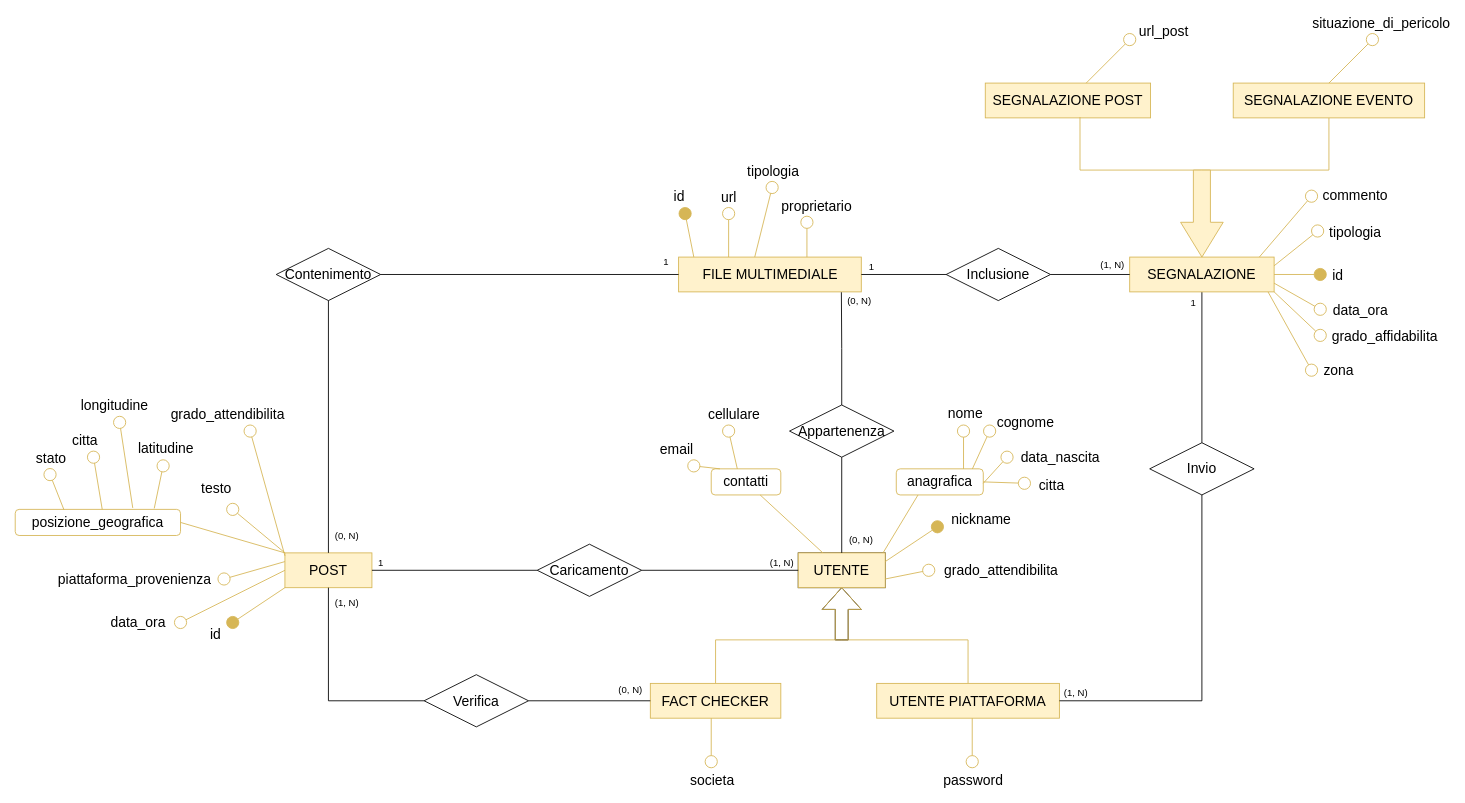
Above: page "Diag. Social network" (6 of 6) of diagramma-er.drawio in faffolao/ProgettoBD2022 (draw.io), before the change. Source tidied: cells renumbered, new cells numbered last; positions are measured from the earlier drawing's top-left corner, leaving out a move shared by most shapes. Both pictures are drawn from the tidied source at 87%, with x=0, y=0 at pixel (15, 39).
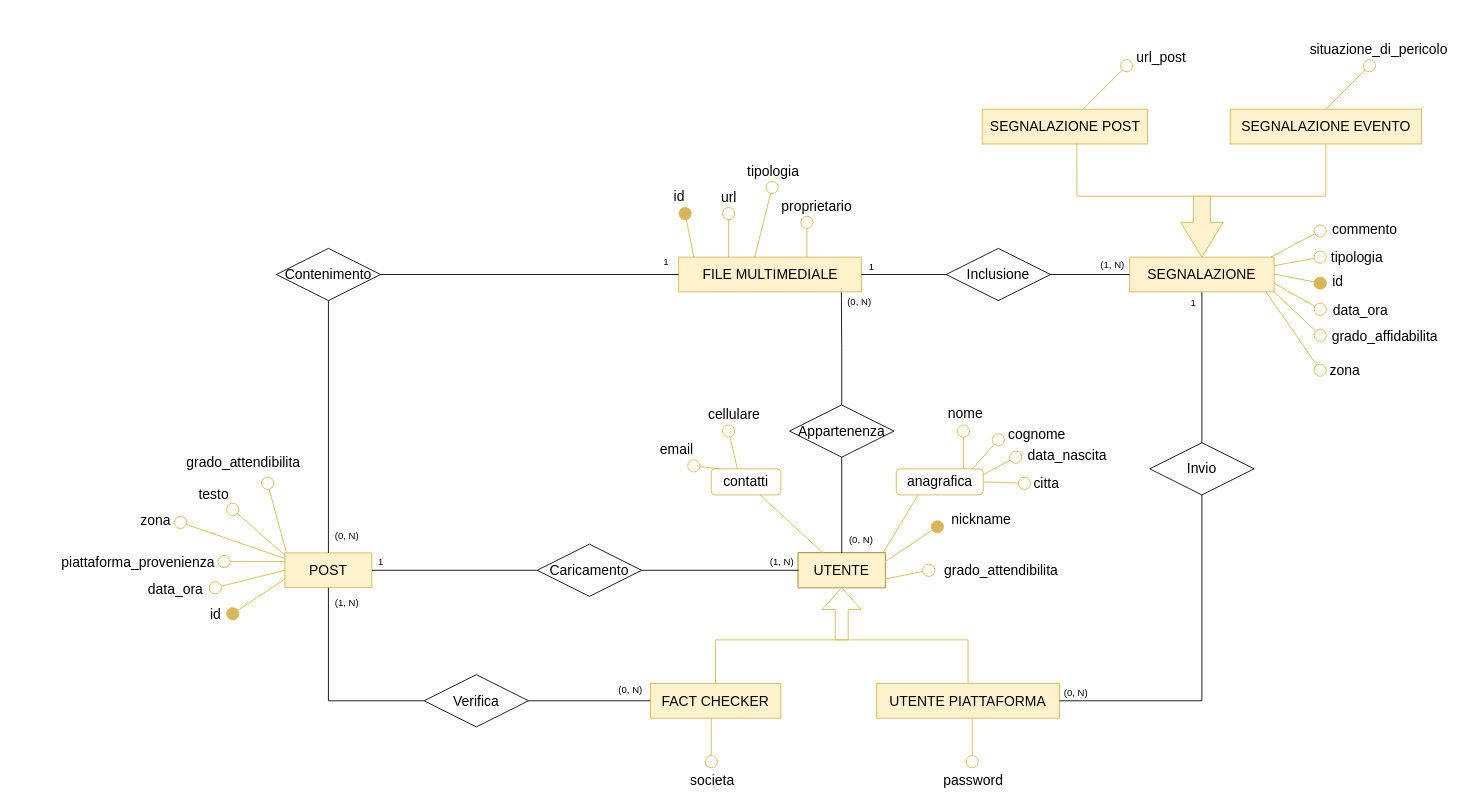
Above is the later version.

The change refers to these unchanged cells:
```xml
<mxCell id="21" style="endArrow=oval;html=1;strokeColor=#d6b656;strokeWidth=1;fontSize=12;startSize=14;endSize=14;endFill=0;exitX=1;exitY=0.5;exitDx=0;exitDy=0;fillColor=#fff2cc;" parent="1" edge="1" source="23">
  <mxGeometry relative="1" as="geometry">
    <mxPoint x="1160" y="510" as="targetPoint" />
  </mxGeometry>
</mxCell>
<mxCell id="32" value="POST" style="whiteSpace=wrap;html=1;align=center;fontSize=16;fillColor=#fff2cc;strokeColor=#d6b656;" parent="1" vertex="1">
  <mxGeometry x="310" y="590" width="100" height="40" as="geometry" />
</mxCell>
<mxCell id="64" style="edgeStyle=orthogonalEdgeStyle;rounded=0;jettySize=auto;html=1;entryX=1;entryY=0.5;entryDx=0;entryDy=0;strokeColor=default;strokeWidth=1;fontSize=12;startArrow=none;startFill=0;endArrow=none;endFill=0;startSize=14;endSize=14;" parent="1" edge="1" source="66" target="7">
  <mxGeometry relative="1" as="geometry">
    <Array as="points">
      <mxPoint x="1364" y="760" />
    </Array>
  </mxGeometry>
</mxCell>
<mxCell id="69" value="SEGNALAZIONE" style="whiteSpace=wrap;html=1;align=center;fontSize=16;fillColor=#fff2cc;strokeColor=#d6b656;" parent="1" vertex="1">
  <mxGeometry x="1281" y="250" width="166" height="40" as="geometry" />
</mxCell>
```

The edit, as a diff of the source:
```diff
@@
-    <mxCell id="10" style="html=1;shadow=0;dashed=0;align=center;verticalAlign=middle;shape=mxgraph.arrows2.arrow;dy=0.67;dx=25;direction=north;notch=0;fontSize=16;fillColor=none;" parent="1" vertex="1">
-      <mxGeometry x="927.5" y="630" width="45" height="60" as="geometry" />
-    </mxCell>
@@
     <mxCell id="17" style="endArrow=oval;html=1;strokeColor=#d6b656;strokeWidth=1;fontSize=12;startSize=14;endSize=14;endFill=0;fillColor=#fff2cc;" parent="1" edge="1">
       <mxGeometry relative="1" as="geometry">
         <mxPoint x="1100.2" y="493.4" as="sourcePoint" />
-        <mxPoint x="1120" y="450" as="targetPoint" />
+        <mxPoint x="1130" y="460" as="targetPoint" />
       </mxGeometry>
     </mxCell>
     <mxCell id="18" value="cognome" style="edgeLabel;html=1;align=center;verticalAlign=middle;fontSize=16;" parent="17" vertex="1">
       <mxGeometry x="0.49" y="1" relative="1" as="geometry">
-        <mxPoint x="46" y="-21" as="offset" />
+        <mxPoint x="52" y="-15" as="offset" />
       </mxGeometry>
     </mxCell>
     <mxCell id="19" style="endArrow=oval;html=1;strokeColor=#d6b656;strokeWidth=1;fontSize=12;startSize=14;endSize=14;endFill=0;fillColor=#fff2cc;" parent="1" edge="1">
       <mxGeometry relative="1" as="geometry">
-        <mxPoint x="1112.7" y="510" as="sourcePoint" />
-        <mxPoint x="1140" y="480" as="targetPoint" />
+        <mxPoint x="1112.7" y="500" as="sourcePoint" />
+        <mxPoint x="1150" y="480" as="targetPoint" />
       </mxGeometry>
     </mxCell>
@@
     <mxCell id="22" value="citta" style="edgeLabel;html=1;align=center;verticalAlign=middle;fontSize=16;" parent="21" vertex="1">
       <mxGeometry x="0.52" y="-1" relative="1" as="geometry">
-        <mxPoint x="42" y="1" as="offset" />
+        <mxPoint x="36" y="-1" as="offset" />
       </mxGeometry>
     </mxCell>
@@
-    <mxCell id="38" style="endArrow=oval;html=1;rounded=0;strokeColor=#d6b656;strokeWidth=1;fontSize=12;startSize=14;endSize=14;endFill=1;fillColor=#fff2cc;exitX=0;exitY=1;exitDx=0;exitDy=0;" parent="1" edge="1" source="32">
+    <mxCell id="38" style="endArrow=oval;html=1;rounded=0;strokeColor=#d6b656;strokeWidth=1;fontSize=12;startSize=14;endSize=14;endFill=1;fillColor=#fff2cc;exitX=0;exitY=0.75;exitDx=0;exitDy=0;" parent="1" edge="1" source="32">
       <mxGeometry relative="1" as="geometry">
-        <mxPoint x="250" y="670" as="targetPoint" />
+        <mxPoint x="250" y="660" as="targetPoint" />
       </mxGeometry>
     </mxCell>
     <mxCell id="39" value="id" style="edgeLabel;html=1;align=center;verticalAlign=middle;fontSize=16;" parent="38" vertex="1">
       <mxGeometry x="0.52" relative="1" as="geometry">
-        <mxPoint x="-35" y="22" as="offset" />
+        <mxPoint x="-35" y="10" as="offset" />
       </mxGeometry>
     </mxCell>
     <mxCell id="40" style="endArrow=oval;html=1;rounded=0;strokeColor=#d6b656;strokeWidth=1;fontSize=12;startSize=14;endSize=14;endFill=0;fillColor=#fff2cc;exitX=0;exitY=0.5;exitDx=0;exitDy=0;" parent="1" edge="1" source="32">
       <mxGeometry relative="1" as="geometry">
-        <mxPoint x="190" y="670" as="targetPoint" />
+        <mxPoint x="230" y="630" as="targetPoint" />
       </mxGeometry>
     </mxCell>
     <mxCell id="41" value="data_ora" style="edgeLabel;html=1;align=center;verticalAlign=middle;fontSize=16;" parent="40" vertex="1">
       <mxGeometry x="0.42" y="2" relative="1" as="geometry">
-        <mxPoint x="-85" y="15" as="offset" />
+        <mxPoint x="-70" y="5" as="offset" />
       </mxGeometry>
     </mxCell>
     <mxCell id="42" style="endArrow=oval;html=1;rounded=0;strokeColor=#d6b656;strokeWidth=1;fontSize=12;startSize=14;endSize=14;endFill=0;fillColor=#fff2cc;exitX=0;exitY=0.25;exitDx=0;exitDy=0;" parent="1" edge="1" source="32">
       <mxGeometry relative="1" as="geometry">
-        <mxPoint x="240" y="620" as="targetPoint" />
+        <mxPoint x="240" y="600" as="targetPoint" />
       </mxGeometry>
     </mxCell>
     <mxCell id="43" value="piattaforma_provenienza" style="edgeLabel;html=1;align=center;verticalAlign=middle;fontSize=16;" parent="42" vertex="1">
       <mxGeometry x="0.4" y="1" relative="1" as="geometry">
-        <mxPoint x="-125" y="5" as="offset" />
+        <mxPoint x="-121" y="-1" as="offset" />
       </mxGeometry>
     </mxCell>
-    <mxCell id="44" style="endArrow=oval;html=1;rounded=0;strokeColor=#d6b656;strokeWidth=1;fontSize=12;startSize=14;endSize=14;endFill=0;fillColor=#fff2cc;" parent="1" edge="1">
+    <mxCell id="44" style="endArrow=oval;html=1;rounded=0;strokeColor=#d6b656;strokeWidth=1;fontSize=12;startSize=14;endSize=14;endFill=0;fillColor=#fff2cc;exitX=0.018;exitY=-0.002;exitDx=0;exitDy=0;exitPerimeter=0;" parent="1" edge="1" source="32">
       <mxGeometry relative="1" as="geometry">
-        <mxPoint x="310" y="593.4" as="sourcePoint" />
-        <mxPoint x="270" y="450" as="targetPoint" />
+        <mxPoint x="290" y="510" as="targetPoint" />
       </mxGeometry>
     </mxCell>
@@
-    <mxCell id="46" value="posizione_geografica" style="rounded=1;whiteSpace=wrap;html=1;fontSize=16;fillColor=none;strokeColor=#d6b656;" parent="1" vertex="1">
-      <mxGeometry y="540" width="190" height="30" as="geometry" />
-    </mxCell>
-    <mxCell id="47" style="endArrow=none;html=1;rounded=0;strokeColor=#d6b656;strokeWidth=1;fontSize=12;startSize=14;endSize=14;exitX=1;exitY=0.5;exitDx=0;exitDy=0;fillColor=#fff2cc;" parent="1" edge="1" source="46">
+    <mxCell id="47" style="endArrow=none;html=1;rounded=0;strokeColor=#d6b656;strokeWidth=1;fontSize=12;startSize=14;endSize=14;exitX=1;exitY=0.5;exitDx=0;exitDy=0;fillColor=#fff2cc;startArrow=oval;startFill=0;entryX=0.004;entryY=0.165;entryDx=0;entryDy=0;entryPerimeter=0;" parent="1" edge="1" target="32">
       <mxGeometry relative="1" as="geometry">
-        <mxPoint x="310" y="590" as="targetPoint" />
+        <mxPoint x="190" y="555" as="sourcePoint" />
       </mxGeometry>
     </mxCell>
-    <mxCell id="48" style="endArrow=oval;html=1;rounded=0;strokeColor=#d6b656;strokeWidth=1;fontSize=12;startSize=14;endSize=14;endFill=0;exitX=0.841;exitY=-0.037;exitDx=0;exitDy=0;exitPerimeter=0;fillColor=#fff2cc;" parent="1" edge="1" source="46">
-      <mxGeometry relative="1" as="geometry">
-        <mxPoint x="170" y="490" as="targetPoint" />
-      </mxGeometry>
-    </mxCell>
-    <mxCell id="49" value="latitudine" style="edgeLabel;html=1;align=center;verticalAlign=middle;fontSize=16;" parent="48" vertex="1">
-      <mxGeometry x="0.53" relative="1" as="geometry">
-        <mxPoint x="5" y="-32" as="offset" />
-      </mxGeometry>
-    </mxCell>
-    <mxCell id="50" style="endArrow=oval;html=1;rounded=0;strokeColor=#d6b656;strokeWidth=1;fontSize=12;startSize=14;endSize=14;endFill=0;exitX=0.711;exitY=-0.055;exitDx=0;exitDy=0;exitPerimeter=0;fillColor=#fff2cc;" parent="1" edge="1" source="46">
-      <mxGeometry relative="1" as="geometry">
-        <mxPoint x="120" y="440" as="targetPoint" />
-      </mxGeometry>
-    </mxCell>
-    <mxCell id="51" value="longitudine" style="edgeLabel;html=1;align=center;verticalAlign=middle;fontSize=16;" parent="50" vertex="1">
-      <mxGeometry x="0.54" y="-3" relative="1" as="geometry">
-        <mxPoint x="-13" y="-42" as="offset" />
-      </mxGeometry>
-    </mxCell>
-    <mxCell id="52" style="endArrow=oval;html=1;rounded=0;strokeColor=#d6b656;strokeWidth=1;fontSize=12;startSize=14;endSize=14;endFill=0;fillColor=#fff2cc;" parent="1" edge="1">
-      <mxGeometry relative="1" as="geometry">
-        <mxPoint x="100" y="540" as="sourcePoint" />
-        <mxPoint x="90" y="480" as="targetPoint" />
-      </mxGeometry>
-    </mxCell>
-    <mxCell id="53" value="citta" style="edgeLabel;html=1;align=center;verticalAlign=middle;fontSize=16;" parent="52" vertex="1">
-      <mxGeometry x="0.62" relative="1" as="geometry">
-        <mxPoint x="-12" y="-32" as="offset" />
-      </mxGeometry>
-    </mxCell>
-    <mxCell id="54" style="endArrow=oval;html=1;rounded=0;strokeColor=#d6b656;strokeWidth=1;fontSize=12;startSize=14;endSize=14;endFill=0;exitX=0.295;exitY=0.018;exitDx=0;exitDy=0;exitPerimeter=0;fillColor=#fff2cc;" parent="1" edge="1" source="46">
-      <mxGeometry relative="1" as="geometry">
-        <mxPoint x="40" y="500" as="targetPoint" />
-      </mxGeometry>
-    </mxCell>
-    <mxCell id="55" value="stato" style="edgeLabel;html=1;align=center;verticalAlign=middle;fontSize=16;" parent="54" vertex="1">
-      <mxGeometry x="0.63" y="3" relative="1" as="geometry">
-        <mxPoint y="-28" as="offset" />
-      </mxGeometry>
-    </mxCell>
+    <mxCell id="114" value="zona" style="edgeLabel;html=1;align=center;verticalAlign=middle;fontSize=16;" parent="47" vertex="1">
+      <mxGeometry x="-0.34" y="2" relative="1" as="geometry">
+        <mxPoint x="-70" y="-15" as="offset" />
+      </mxGeometry>
+    </mxCell>
-    <mxCell id="56" style="endArrow=oval;html=1;rounded=0;strokeColor=#d6b656;strokeWidth=1;fontSize=12;startSize=14;endSize=14;endFill=0;fillColor=#fff2cc;" parent="1" edge="1">
+    <mxCell id="56" style="endArrow=oval;html=1;rounded=0;strokeColor=#d6b656;strokeWidth=1;fontSize=12;startSize=14;endSize=14;endFill=0;fillColor=#fff2cc;exitX=0.002;exitY=0.075;exitDx=0;exitDy=0;exitPerimeter=0;" parent="1" edge="1" source="32">
       <mxGeometry relative="1" as="geometry">
-        <mxPoint x="310" y="590" as="sourcePoint" />
         <mxPoint x="250" y="540" as="targetPoint" />
       </mxGeometry>
     </mxCell>
     <mxCell id="57" value="testo" style="edgeLabel;html=1;align=center;verticalAlign=middle;fontSize=16;" parent="56" vertex="1">
       <mxGeometry x="0.46" relative="1" as="geometry">
-        <mxPoint x="-36" y="-38" as="offset" />
+        <mxPoint x="-38" y="-32" as="offset" />
       </mxGeometry>
     </mxCell>
@@
-    <mxCell id="65" value="(1, N)" style="edgeLabel;html=1;align=center;verticalAlign=middle;" parent="64" vertex="1">
+    <mxCell id="65" value="(0, N)" style="edgeLabel;html=1;align=center;verticalAlign=middle;" parent="64" vertex="1">
       <mxGeometry x="0.91" y="1" relative="1" as="geometry">
         <mxPoint y="-11" as="offset" />
       </mxGeometry>
     </mxCell>
@@
     <mxCell id="70" style="endArrow=oval;html=1;rounded=0;strokeColor=#d6b656;strokeWidth=1;fontSize=12;startSize=14;endSize=14;endFill=1;fillColor=#fff2cc;" parent="1" edge="1">
       <mxGeometry relative="1" as="geometry">
-        <mxPoint x="1447" y="270" as="sourcePoint" />
-        <mxPoint x="1500" y="270" as="targetPoint" />
+        <mxPoint x="1447" y="269.4" as="sourcePoint" />
+        <mxPoint x="1500" y="280" as="targetPoint" />
       </mxGeometry>
     </mxCell>
@@
     <mxCell id="74" style="endArrow=oval;html=1;rounded=0;strokeColor=#d6b656;strokeWidth=1;fontSize=12;startSize=14;endSize=14;endFill=0;fillColor=#fff2cc;" parent="1" edge="1">
       <mxGeometry relative="1" as="geometry">
         <mxPoint x="1447" y="260" as="sourcePoint" />
-        <mxPoint x="1497" y="220" as="targetPoint" />
+        <mxPoint x="1500" y="250" as="targetPoint" />
       </mxGeometry>
     </mxCell>
     <mxCell id="75" value="tipologia" style="edgeLabel;html=1;align=center;verticalAlign=middle;fontSize=16;" parent="74" vertex="1">
       <mxGeometry x="0.44" y="-1" relative="1" as="geometry">
-        <mxPoint x="56" y="-12" as="offset" />
+        <mxPoint x="56" y="-4" as="offset" />
       </mxGeometry>
     </mxCell>
@@
-    <mxCell id="78" style="endArrow=oval;html=1;rounded=0;strokeColor=#d6b656;strokeWidth=1;fontSize=12;startSize=14;endSize=14;startArrow=none;startFill=0;endFill=0;fillColor=#fff2cc;" parent="1" edge="1">
+    <mxCell id="78" style="endArrow=oval;html=1;rounded=0;strokeColor=#d6b656;strokeWidth=1;fontSize=12;startSize=14;endSize=14;startArrow=none;startFill=0;endFill=0;fillColor=#fff2cc;exitX=0.978;exitY=-0.002;exitDx=0;exitDy=0;exitPerimeter=0;" parent="1" edge="1" source="69">
       <mxGeometry relative="1" as="geometry">
-        <mxPoint x="1430" y="250" as="sourcePoint" />
-        <mxPoint x="1490" y="180" as="targetPoint" />
+        <mxPoint x="1500" y="220" as="targetPoint" />
       </mxGeometry>
     </mxCell>
     <mxCell id="79" value="commento" style="edgeLabel;html=1;align=center;verticalAlign=middle;fontSize=16;" parent="78" vertex="1">
       <mxGeometry x="0.7" relative="1" as="geometry">
-        <mxPoint x="59" y="-12" as="offset" />
+        <mxPoint x="59" y="-7" as="offset" />
       </mxGeometry>
     </mxCell>
-    <mxCell id="80" style="endArrow=none;html=1;rounded=0;strokeColor=#d6b656;strokeWidth=1;fontSize=12;startSize=14;endSize=14;endFill=0;startArrow=oval;startFill=0;fillColor=#fff2cc;" parent="1" edge="1">
+    <mxCell id="80" style="endArrow=none;html=1;rounded=0;strokeColor=#d6b656;strokeWidth=1;fontSize=12;startSize=14;endSize=14;endFill=0;startArrow=oval;startFill=0;fillColor=#fff2cc;entryX=0.945;entryY=1.009;entryDx=0;entryDy=0;entryPerimeter=0;" parent="1" edge="1" target="69">
       <mxGeometry relative="1" as="geometry">
-        <mxPoint x="1490" y="380" as="sourcePoint" />
-        <mxPoint x="1440" y="290" as="targetPoint" />
+        <mxPoint x="1500" y="380" as="sourcePoint" />
       </mxGeometry>
     </mxCell>
@@
     <mxCell id="82" value="SEGNALAZIONE POST" style="whiteSpace=wrap;html=1;align=center;fontSize=16;fillColor=#fff2cc;strokeColor=#d6b656;" parent="1" vertex="1">
-      <mxGeometry x="1115" y="50" width="190" height="40" as="geometry" />
+      <mxGeometry x="1111.5" y="80" width="190" height="40" as="geometry" />
     </mxCell>
     <mxCell id="83" style="endArrow=oval;html=1;rounded=0;strokeColor=#d6b656;strokeWidth=1;fontSize=12;startSize=14;endSize=14;endFill=0;fillColor=#fff2cc;" parent="1" edge="1">
       <mxGeometry relative="1" as="geometry">
-        <mxPoint x="1231" y="50" as="sourcePoint" />
-        <mxPoint x="1281" as="targetPoint" />
+        <mxPoint x="1227.5" y="80" as="sourcePoint" />
+        <mxPoint x="1277.5" y="30" as="targetPoint" />
       </mxGeometry>
     </mxCell>
@@
     <mxCell id="85" style="edgeStyle=orthogonalEdgeStyle;rounded=0;jettySize=auto;html=1;entryX=0.573;entryY=0.978;entryDx=0;entryDy=0;entryPerimeter=0;strokeColor=#d6b656;strokeWidth=1;fontSize=12;startArrow=none;startFill=0;endArrow=none;endFill=0;startSize=14;endSize=14;fillColor=#fff2cc;" parent="1" edge="1" source="86" target="82">
       <mxGeometry relative="1" as="geometry">
         <Array as="points">
-          <mxPoint x="1510" y="150" />
-          <mxPoint x="1224" y="150" />
+          <mxPoint x="1506.5" y="180" />
+          <mxPoint x="1220.5" y="180" />
         </Array>
       </mxGeometry>
     </mxCell>
     <mxCell id="86" value="SEGNALAZIONE EVENTO" style="whiteSpace=wrap;html=1;align=center;fontSize=16;fillColor=#fff2cc;strokeColor=#d6b656;" parent="1" vertex="1">
-      <mxGeometry x="1400" y="50" width="220" height="40" as="geometry" />
+      <mxGeometry x="1396.5" y="80" width="220" height="40" as="geometry" />
     </mxCell>
     <mxCell id="87" style="endArrow=oval;html=1;rounded=0;strokeColor=#d6b656;strokeWidth=1;fontSize=12;startSize=14;endSize=14;endFill=0;fillColor=#fff2cc;" parent="1" edge="1">
       <mxGeometry relative="1" as="geometry">
-        <mxPoint x="1510" y="50" as="sourcePoint" />
-        <mxPoint x="1560" as="targetPoint" />
+        <mxPoint x="1506.5" y="80" as="sourcePoint" />
+        <mxPoint x="1556.5" y="30" as="targetPoint" />
       </mxGeometry>
     </mxCell>
@@
     <mxCell id="89" style="html=1;shadow=0;dashed=0;align=center;verticalAlign=middle;shape=mxgraph.arrows2.arrow;dy=0.6;dx=40;direction=south;notch=0;fontSize=16;fillColor=#fff2cc;strokeColor=#d6b656;" parent="1" vertex="1">
-      <mxGeometry x="1339.5" y="150" width="49" height="100" as="geometry" />
+      <mxGeometry x="1339.5" y="180" width="49" height="70" as="geometry" />
     </mxCell>
```
